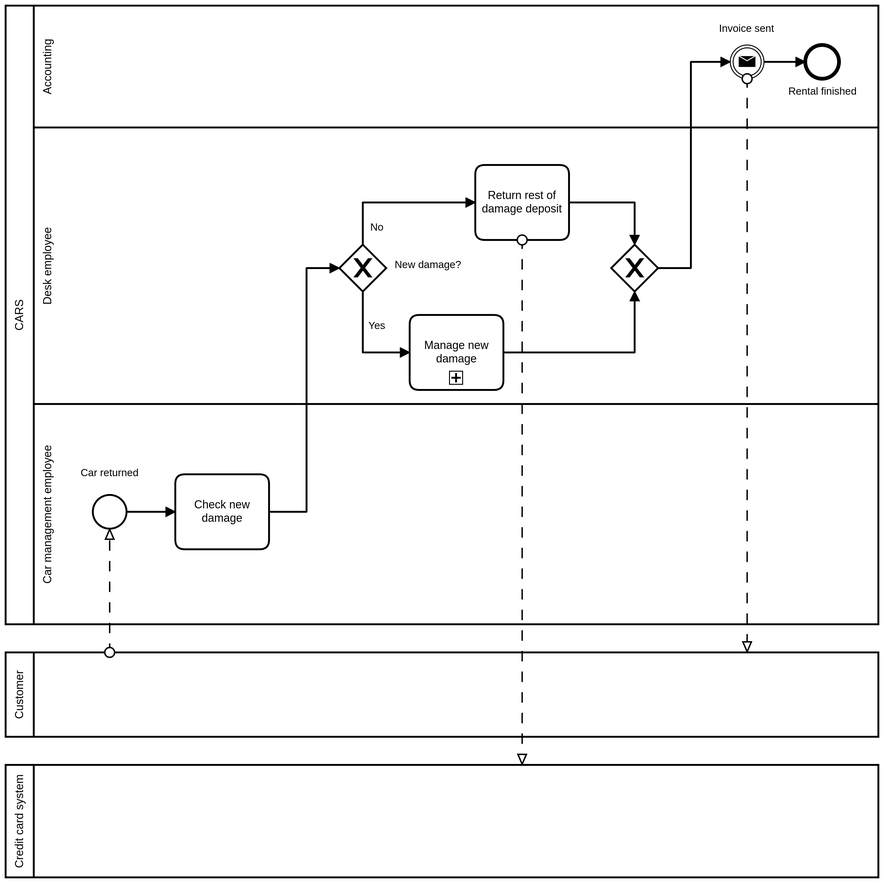
The BPMN diagram car_rental/models/checkin_process.png in franco-ruggeri/polito-information-systems, before a commit. Its source is kept beside it as car_rental/models/checkin_process.bpmn. Ids are renumbered.
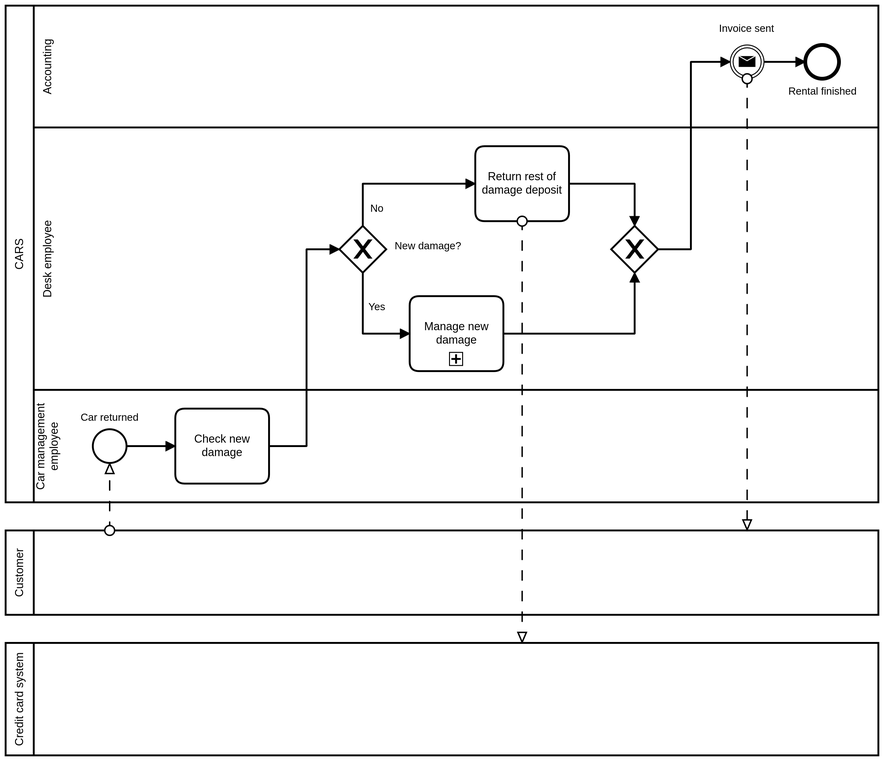
Above is the later version.

Commit message:
Minor changes in check-in BPMN

Compact the diagram to make it smaller.

Diff of the diagram source:
```diff
@@ -24,10 +24,17 @@
         <bpmn:flowNodeRef>Event_n13</bpmn:flowNodeRef>
       </bpmn:lane>
     </bpmn:laneSet>
-    <bpmn:task id="Activity_n20" name="Check new damage">
-      <bpmn:incoming>Flow_n23</bpmn:incoming>
-      <bpmn:outgoing>Flow_n24</bpmn:outgoing>
-    </bpmn:task>
+    <bpmn:endEvent id="Event_n22" name="Rental finished">
+      <bpmn:incoming>Flow_n30</bpmn:incoming>
+    </bpmn:endEvent>
+    <bpmn:intermediateThrowEvent id="Event_n13" name="Invoice sent">
+      <bpmn:incoming>Flow_n29</bpmn:incoming>
+      <bpmn:outgoing>Flow_n30</bpmn:outgoing>
+      <bpmn:messageEventDefinition id="MessageEventDefinition_n31" />
+    </bpmn:intermediateThrowEvent>
+    <bpmn:sequenceFlow id="Flow_n24" sourceRef="Activity_n20" targetRef="Gateway_n16" />
+    <bpmn:sequenceFlow id="Flow_n29" sourceRef="Gateway_n17" targetRef="Event_n13" />
+    <bpmn:sequenceFlow id="Flow_n30" sourceRef="Event_n13" targetRef="Event_n22" />
     <bpmn:exclusiveGateway id="Gateway_n16" name="New damage?">
       <bpmn:incoming>Flow_n24</bpmn:incoming>
       <bpmn:outgoing>Flow_n25</bpmn:outgoing>
@@ -37,90 +44,53 @@
       <bpmn:incoming>Flow_n26</bpmn:incoming>
       <bpmn:outgoing>Flow_n27</bpmn:outgoing>
     </bpmn:task>
+    <bpmn:subProcess id="Activity_n18" name="Manage new damage">
+      <bpmn:incoming>Flow_n25</bpmn:incoming>
+      <bpmn:outgoing>Flow_n28</bpmn:outgoing>
+    </bpmn:subProcess>
     <bpmn:exclusiveGateway id="Gateway_n17">
       <bpmn:incoming>Flow_n27</bpmn:incoming>
       <bpmn:incoming>Flow_n28</bpmn:incoming>
       <bpmn:outgoing>Flow_n29</bpmn:outgoing>
     </bpmn:exclusiveGateway>
-    <bpmn:endEvent id="Event_n22" name="Rental finished">
-      <bpmn:incoming>Flow_n30</bpmn:incoming>
-    </bpmn:endEvent>
-    <bpmn:intermediateThrowEvent id="Event_n13" name="Invoice sent">
-      <bpmn:incoming>Flow_n29</bpmn:incoming>
-      <bpmn:outgoing>Flow_n30</bpmn:outgoing>
-      <bpmn:messageEventDefinition id="MessageEventDefinition_n31" />
-    </bpmn:intermediateThrowEvent>
-    <bpmn:subProcess id="Activity_n18" name="Manage new damage">
-      <bpmn:incoming>Flow_n25</bpmn:incoming>
-      <bpmn:outgoing>Flow_n28</bpmn:outgoing>
-    </bpmn:subProcess>
-    <bpmn:sequenceFlow id="Flow_n23" sourceRef="StartEvent_1" targetRef="Activity_n20" />
-    <bpmn:sequenceFlow id="Flow_n24" sourceRef="Activity_n20" targetRef="Gateway_n16" />
     <bpmn:sequenceFlow id="Flow_n25" name="Yes" sourceRef="Gateway_n16" targetRef="Activity_n18" />
     <bpmn:sequenceFlow id="Flow_n26" name="No" sourceRef="Gateway_n16" targetRef="Activity_n11" />
     <bpmn:sequenceFlow id="Flow_n27" sourceRef="Activity_n11" targetRef="Gateway_n17" />
     <bpmn:sequenceFlow id="Flow_n28" sourceRef="Activity_n18" targetRef="Gateway_n17" />
-    <bpmn:sequenceFlow id="Flow_n29" sourceRef="Gateway_n17" targetRef="Event_n13" />
-    <bpmn:sequenceFlow id="Flow_n30" sourceRef="Event_n13" targetRef="Event_n22" />
+    <bpmn:task id="Activity_n20" name="Check new damage">
+      <bpmn:incoming>Flow_n23</bpmn:incoming>
+      <bpmn:outgoing>Flow_n24</bpmn:outgoing>
+    </bpmn:task>
     <bpmn:startEvent id="StartEvent_1" name="Car returned">
       <bpmn:outgoing>Flow_n23</bpmn:outgoing>
     </bpmn:startEvent>
+    <bpmn:sequenceFlow id="Flow_n23" sourceRef="StartEvent_1" targetRef="Activity_n20" />
   </bpmn:process>
   <bpmn:process id="Process_n6" isExecutable="false" />
   <bpmn:process id="Process_n8" isExecutable="false" />
   <bpmndi:BPMNDiagram id="BPMNDiagram_1">
     <bpmndi:BPMNPlane id="BPMNPlane_1" bpmnElement="Collaboration_n2">
       <bpmndi:BPMNShape id="Participant_n3_di" bpmnElement="Participant_n3" isHorizontal="true">
-        <dc:Bounds x="129" y="80" width="931" height="660" />
+        <dc:Bounds x="129" y="80" width="931" height="530" />
       </bpmndi:BPMNShape>
       <bpmndi:BPMNShape id="Lane_n15_di" bpmnElement="Lane_n15" isHorizontal="true">
-        <dc:Bounds x="159" y="210" width="901" height="295" />
+        <dc:Bounds x="159" y="210" width="901" height="280" />
       </bpmndi:BPMNShape>
       <bpmndi:BPMNShape id="Lane_n19_di" bpmnElement="Lane_n19" isHorizontal="true">
-        <dc:Bounds x="159" y="505" width="901" height="235" />
+        <dc:Bounds x="159" y="490" width="901" height="120" />
       </bpmndi:BPMNShape>
       <bpmndi:BPMNShape id="Lane_n21_di" bpmnElement="Lane_n21" isHorizontal="true">
         <dc:Bounds x="159" y="80" width="901" height="130" />
       </bpmndi:BPMNShape>
-      <bpmndi:BPMNEdge id="Flow_n23_di" bpmnElement="Flow_n23">
-        <di:waypoint x="258" y="620" />
-        <di:waypoint x="310" y="620" />
-      </bpmndi:BPMNEdge>
       <bpmndi:BPMNEdge id="Flow_n24_di" bpmnElement="Flow_n24">
-        <di:waypoint x="410" y="620" />
-        <di:waypoint x="450" y="620" />
-        <di:waypoint x="450" y="360" />
-        <di:waypoint x="485" y="360" />
-      </bpmndi:BPMNEdge>
-      <bpmndi:BPMNEdge id="Flow_n25_di" bpmnElement="Flow_n25">
-        <di:waypoint x="510" y="385" />
-        <di:waypoint x="510" y="450" />
-        <di:waypoint x="560" y="450" />
-        <bpmndi:BPMNLabel>
-          <dc:Bounds x="516" y="415" width="19" height="14" />
-        </bpmndi:BPMNLabel>
-      </bpmndi:BPMNEdge>
-      <bpmndi:BPMNEdge id="Flow_n26_di" bpmnElement="Flow_n26">
-        <di:waypoint x="510" y="335" />
-        <di:waypoint x="510" y="290" />
-        <di:waypoint x="630" y="290" />
-        <bpmndi:BPMNLabel>
-          <dc:Bounds x="518" y="310" width="15" height="14" />
-        </bpmndi:BPMNLabel>
-      </bpmndi:BPMNEdge>
-      <bpmndi:BPMNEdge id="Flow_n27_di" bpmnElement="Flow_n27">
-        <di:waypoint x="730" y="290" />
-        <di:waypoint x="800" y="290" />
-        <di:waypoint x="800" y="335" />
-      </bpmndi:BPMNEdge>
-      <bpmndi:BPMNEdge id="Flow_n28_di" bpmnElement="Flow_n28">
-        <di:waypoint x="660" y="450" />
-        <di:waypoint x="800" y="450" />
-        <di:waypoint x="800" y="385" />
+        <di:waypoint x="410" y="550" />
+        <di:waypoint x="450" y="550" />
+        <di:waypoint x="450" y="340" />
+        <di:waypoint x="485" y="340" />
       </bpmndi:BPMNEdge>
       <bpmndi:BPMNEdge id="Flow_n29_di" bpmnElement="Flow_n29">
-        <di:waypoint x="825" y="360" />
-        <di:waypoint x="860" y="360" />
+        <di:waypoint x="825" y="340" />
+        <di:waypoint x="860" y="340" />
         <di:waypoint x="860" y="140" />
         <di:waypoint x="902" y="140" />
       </bpmndi:BPMNEdge>
@@ -128,21 +98,36 @@
         <di:waypoint x="938" y="140" />
         <di:waypoint x="982" y="140" />
       </bpmndi:BPMNEdge>
-      <bpmndi:BPMNShape id="Activity_n20_di" bpmnElement="Activity_n20">
-        <dc:Bounds x="310" y="580" width="100" height="80" />
-      </bpmndi:BPMNShape>
-      <bpmndi:BPMNShape id="Gateway_n16_di" bpmnElement="Gateway_n16" isMarkerVisible="true">
-        <dc:Bounds x="485" y="335" width="50" height="50" />
+      <bpmndi:BPMNEdge id="Flow_n25_di" bpmnElement="Flow_n25">
+        <di:waypoint x="510" y="365" />
+        <di:waypoint x="510" y="430" />
+        <di:waypoint x="560" y="430" />
         <bpmndi:BPMNLabel>
-          <dc:Bounds x="544" y="350" width="71" height="14" />
+          <dc:Bounds x="516" y="395" width="19" height="14" />
         </bpmndi:BPMNLabel>
-      </bpmndi:BPMNShape>
-      <bpmndi:BPMNShape id="Activity_n11_di" bpmnElement="Activity_n11">
-        <dc:Bounds x="630" y="250" width="100" height="80" />
-      </bpmndi:BPMNShape>
-      <bpmndi:BPMNShape id="Gateway_n17_di" bpmnElement="Gateway_n17" isMarkerVisible="true">
-        <dc:Bounds x="775" y="335" width="50" height="50" />
-      </bpmndi:BPMNShape>
+      </bpmndi:BPMNEdge>
+      <bpmndi:BPMNEdge id="Flow_n26_di" bpmnElement="Flow_n26">
+        <di:waypoint x="510" y="315" />
+        <di:waypoint x="510" y="270" />
+        <di:waypoint x="630" y="270" />
+        <bpmndi:BPMNLabel>
+          <dc:Bounds x="518" y="290" width="15" height="14" />
+        </bpmndi:BPMNLabel>
+      </bpmndi:BPMNEdge>
+      <bpmndi:BPMNEdge id="Flow_n27_di" bpmnElement="Flow_n27">
+        <di:waypoint x="730" y="270" />
+        <di:waypoint x="800" y="270" />
+        <di:waypoint x="800" y="315" />
+      </bpmndi:BPMNEdge>
+      <bpmndi:BPMNEdge id="Flow_n28_di" bpmnElement="Flow_n28">
+        <di:waypoint x="660" y="430" />
+        <di:waypoint x="800" y="430" />
+        <di:waypoint x="800" y="365" />
+      </bpmndi:BPMNEdge>
+      <bpmndi:BPMNEdge id="Flow_n23_di" bpmnElement="Flow_n23">
+        <di:waypoint x="258" y="550" />
+        <di:waypoint x="310" y="550" />
+      </bpmndi:BPMNEdge>
       <bpmndi:BPMNShape id="Event_n22_di" bpmnElement="Event_n22">
         <dc:Bounds x="982" y="122" width="36" height="36" />
         <bpmndi:BPMNLabel>
@@ -155,32 +140,47 @@
           <dc:Bounds x="890" y="98" width="59" height="14" />
         </bpmndi:BPMNLabel>
       </bpmndi:BPMNShape>
+      <bpmndi:BPMNShape id="Gateway_n16_di" bpmnElement="Gateway_n16" isMarkerVisible="true">
+        <dc:Bounds x="485" y="315" width="50" height="50" />
+        <bpmndi:BPMNLabel>
+          <dc:Bounds x="544" y="330" width="71" height="14" />
+        </bpmndi:BPMNLabel>
+      </bpmndi:BPMNShape>
+      <bpmndi:BPMNShape id="Activity_n11_di" bpmnElement="Activity_n11">
+        <dc:Bounds x="630" y="230" width="100" height="80" />
+      </bpmndi:BPMNShape>
+      <bpmndi:BPMNShape id="Gateway_n17_di" bpmnElement="Gateway_n17" isMarkerVisible="true">
+        <dc:Bounds x="775" y="315" width="50" height="50" />
+      </bpmndi:BPMNShape>
+      <bpmndi:BPMNShape id="Activity_n20_di" bpmnElement="Activity_n20">
+        <dc:Bounds x="310" y="510" width="100" height="80" />
+      </bpmndi:BPMNShape>
       <bpmndi:BPMNShape id="Event_039gp4v_di" bpmnElement="StartEvent_1">
-        <dc:Bounds x="222" y="602" width="36" height="36" />
+        <dc:Bounds x="222" y="532" width="36" height="36" />
         <bpmndi:BPMNLabel>
-          <dc:Bounds x="209" y="572" width="62" height="14" />
+          <dc:Bounds x="209" y="513" width="62" height="14" />
         </bpmndi:BPMNLabel>
       </bpmndi:BPMNShape>
       <bpmndi:BPMNShape id="Activity_0e8pc8k_di" bpmnElement="Activity_n18">
-        <dc:Bounds x="560" y="410" width="100" height="80" />
+        <dc:Bounds x="560" y="390" width="100" height="80" />
       </bpmndi:BPMNShape>
       <bpmndi:BPMNShape id="Participant_n5_di" bpmnElement="Participant_n5" isHorizontal="true">
-        <dc:Bounds x="129" y="770" width="931" height="90" />
+        <dc:Bounds x="129" y="640" width="931" height="90" />
       </bpmndi:BPMNShape>
       <bpmndi:BPMNShape id="Participant_n7_di" bpmnElement="Participant_n7" isHorizontal="true">
-        <dc:Bounds x="129" y="890" width="931" height="120" />
+        <dc:Bounds x="129" y="760" width="931" height="120" />
       </bpmndi:BPMNShape>
       <bpmndi:BPMNEdge id="Flow_n9_di" bpmnElement="Flow_n9">
-        <di:waypoint x="240" y="770" />
-        <di:waypoint x="240" y="638" />
+        <di:waypoint x="240" y="640" />
+        <di:waypoint x="240" y="568" />
       </bpmndi:BPMNEdge>
       <bpmndi:BPMNEdge id="Flow_n10_di" bpmnElement="Flow_n10">
-        <di:waypoint x="680" y="330" />
-        <di:waypoint x="680" y="890" />
+        <di:waypoint x="680" y="310" />
+        <di:waypoint x="680" y="760" />
       </bpmndi:BPMNEdge>
       <bpmndi:BPMNEdge id="Flow_n12_di" bpmnElement="Flow_n12">
         <di:waypoint x="920" y="158" />
-        <di:waypoint x="920" y="770" />
+        <di:waypoint x="920" y="640" />
       </bpmndi:BPMNEdge>
     </bpmndi:BPMNPlane>
   </bpmndi:BPMNDiagram>
```
